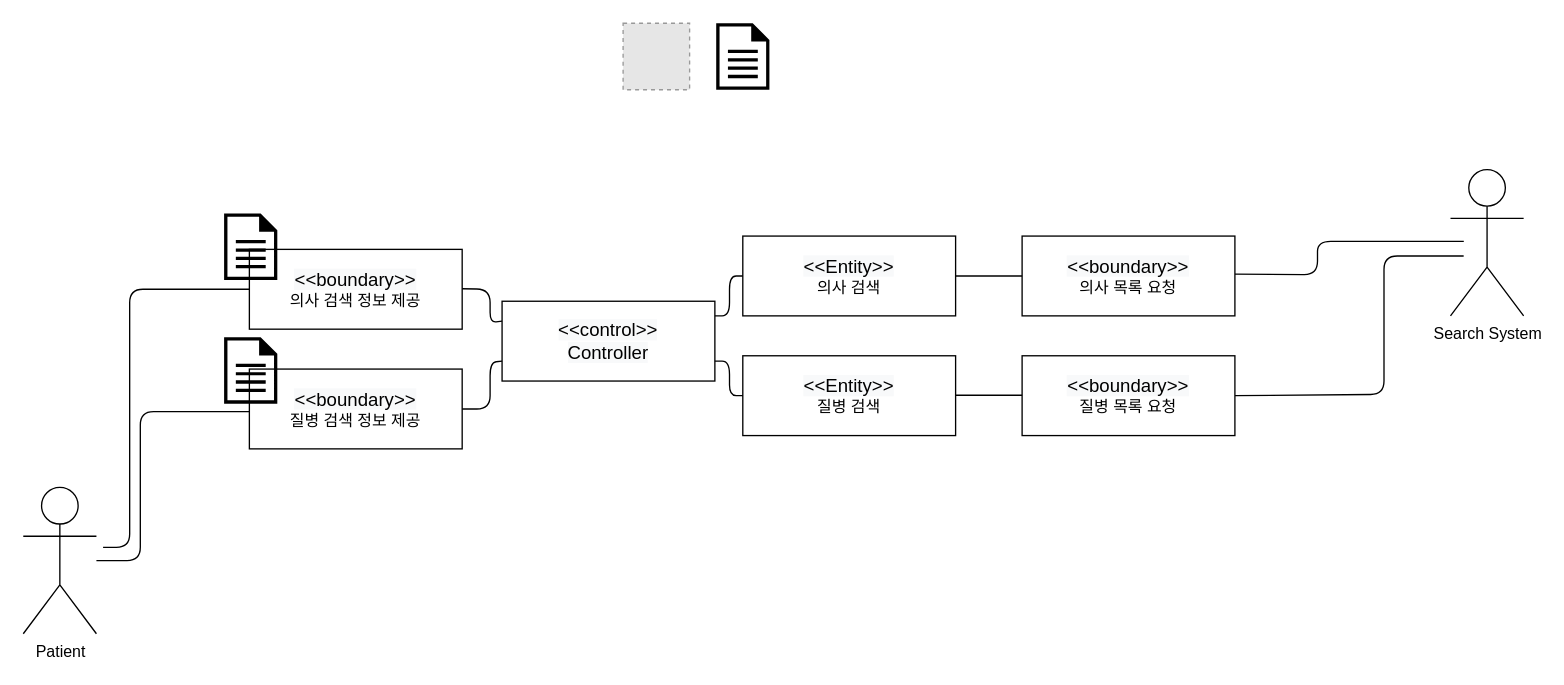
Above: patient/02.domainmodel/domain_model-UC6.drawio in yhb1834/Smart-Health-Prediction-System (draw.io), before the change. Source tidied: cells renumbered, new cells numbered last; positions are measured from the earlier drawing's top-left corner, leaving out a move shared by most shapes. Both pictures are drawn from the tidied source at 133%, with x=0, y=0 at pixel (23, 23). Pictures stored in the file or linked from it are replaced by grey dashed boxes.
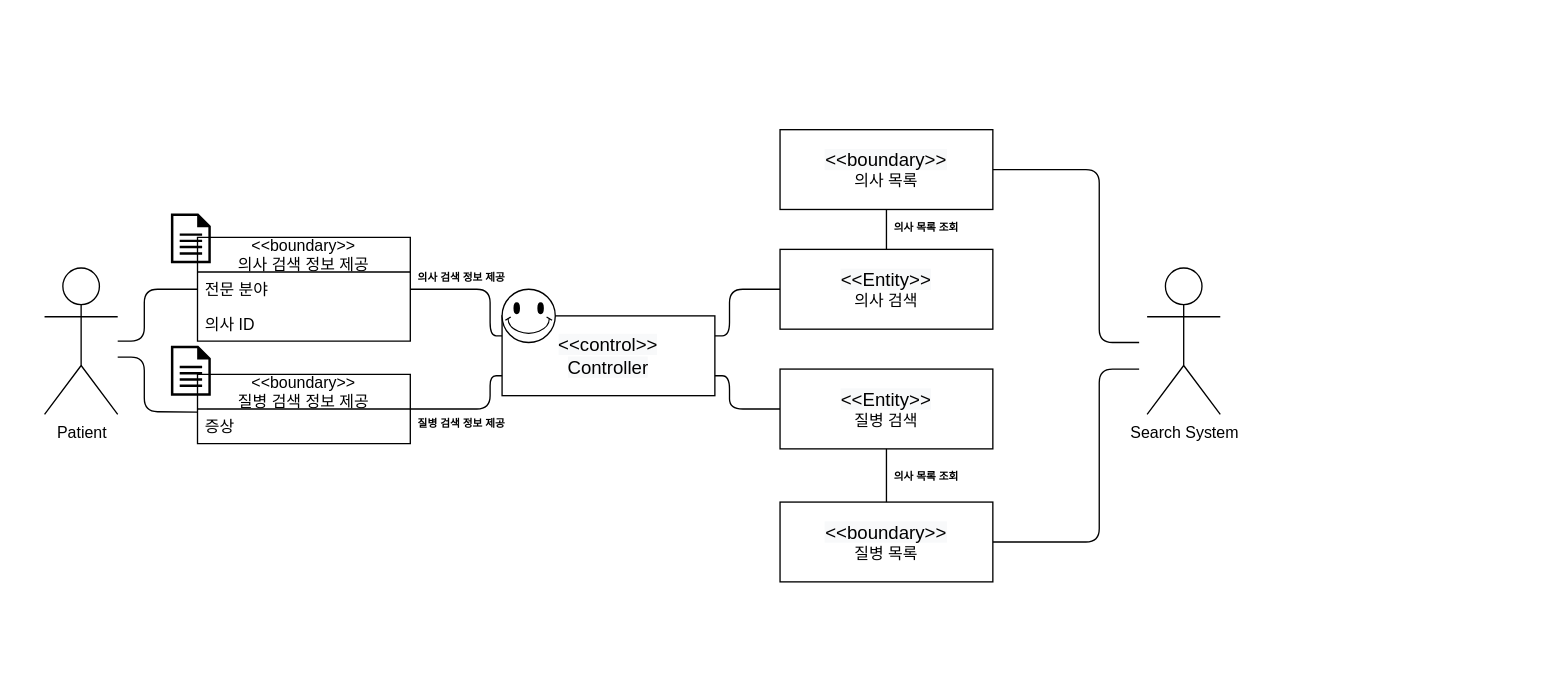
The same diagram, later.

Change to the diagram source:
```diff
@@
     <mxCell id="2" value="Patient" style="shape=umlActor;verticalLabelPosition=bottom;verticalAlign=top;html=1;outlineConnect=0;" parent="1" vertex="1">
-      <mxGeometry y="349" width="55" height="110" as="geometry" />
+      <mxGeometry x="16" y="184" width="55" height="110" as="geometry" />
     </mxCell>
     <mxCell id="3" value="Search System" style="shape=umlActor;verticalLabelPosition=bottom;verticalAlign=top;html=1;" parent="1" vertex="1">
-      <mxGeometry x="1073.1" y="110" width="55" height="110" as="geometry" />
+      <mxGeometry x="845" y="184" width="55" height="110" as="geometry" />
     </mxCell>
-    <mxCell id="4" style="shadow=0;dashed=0;html=1;strokeColor=none;labelPosition=center;verticalLabelPosition=bottom;verticalAlign=top;align=center;fillColor=#000000;shape=mxgraph.mscae.enterprise.document;" parent="1" vertex="1">
-      <mxGeometry x="521" width="40" height="50" as="geometry" />
-    </mxCell>
-    <mxCell id="5" style="endArrow=none;html=1;exitX=0;exitY=0.5;exitDx=0;exitDy=0;" parent="1" edge="1" target="2">
+    <mxCell id="5" style="endArrow=none;html=1;exitX=-0.001;exitY=0.092;exitDx=0;exitDy=0;exitPerimeter=0;" parent="1" edge="1" source="33">
       <mxGeometry relative="1" as="geometry">
-        <mxPoint x="170" y="292" as="sourcePoint" />
+        <mxPoint x="71" y="251" as="targetPoint" />
         <Array as="points">
-          <mxPoint x="88" y="292" />
-          <mxPoint x="88" y="404" />
+          <mxPoint x="91" y="292" />
+          <mxPoint x="91" y="251" />
         </Array>
       </mxGeometry>
     </mxCell>
     <mxCell id="6" style="endArrow=none;html=1;exitX=1;exitY=0.5;exitDx=0;exitDy=0;" parent="1" edge="1" source="13">
       <mxGeometry relative="1" as="geometry">
-        <mxPoint x="1083" y="175" as="targetPoint" />
+        <mxPoint x="839" y="260" as="targetPoint" />
         <Array as="points">
-          <mxPoint x="1023.1" y="279" />
-          <mxPoint x="1023.1" y="175" />
+          <mxPoint x="809" y="390" />
+          <mxPoint x="809" y="260" />
         </Array>
       </mxGeometry>
     </mxCell>
-    <mxCell id="7" style="endArrow=none;html=1;exitX=0.987;exitY=-0.048;exitDx=0;exitDy=0;exitPerimeter=0;" parent="1" edge="1">
+    <mxCell id="7" style="endArrow=none;html=1;exitX=1;exitY=0.5;exitDx=0;exitDy=0;" parent="1" edge="1" source="9">
       <mxGeometry relative="1" as="geometry">
-        <mxPoint x="911" y="188.6" as="sourcePoint" />
-        <mxPoint x="1083.1" y="164" as="targetPoint" />
+        <mxPoint x="839" y="240" as="targetPoint" />
         <Array as="points">
-          <mxPoint x="973.1" y="189" />
-          <mxPoint x="973.1" y="164" />
+          <mxPoint x="809" y="110" />
+          <mxPoint x="809" y="240" />
         </Array>
       </mxGeometry>
     </mxCell>
     <mxCell id="8" value="&#10;&#10;&lt;span style=&quot;color: rgb(0, 0, 0); font-family: helvetica; font-size: 14px; font-style: normal; font-weight: 400; letter-spacing: normal; text-align: center; text-indent: 0px; text-transform: none; word-spacing: 0px; background-color: rgb(248, 249, 250); display: inline; float: none;&quot;&gt;&amp;lt;&amp;lt;control&amp;gt;&amp;gt;&lt;/span&gt;&lt;br style=&quot;padding: 0px; margin: 0px; color: rgb(0, 0, 0); font-family: helvetica; font-size: 14px; font-style: normal; font-weight: 400; letter-spacing: normal; text-align: center; text-indent: 0px; text-transform: none; word-spacing: 0px; background-color: rgb(248, 249, 250);&quot;&gt;&lt;span style=&quot;color: rgb(0, 0, 0); font-family: helvetica; font-size: 14px; font-style: normal; font-weight: 400; letter-spacing: normal; text-align: center; text-indent: 0px; text-transform: none; word-spacing: 0px; background-color: rgb(248, 249, 250); display: inline; float: none;&quot;&gt;Controller&lt;/span&gt;&#10;&#10;" style="rounded=0;whiteSpace=wrap;html=1;" parent="1" vertex="1">
-      <mxGeometry x="360" y="209" width="160" height="60" as="geometry" />
+      <mxGeometry x="360" y="220" width="160" height="60" as="geometry" />
     </mxCell>
-    <mxCell id="9" value="&lt;span style=&quot;color: rgb(0 , 0 , 0) ; font-family: &amp;#34;helvetica&amp;#34; ; font-size: 14px ; font-style: normal ; font-weight: 400 ; letter-spacing: normal ; text-align: center ; text-indent: 0px ; text-transform: none ; word-spacing: 0px ; background-color: rgb(248 , 249 , 250) ; display: inline ; float: none&quot;&gt;&amp;lt;&amp;lt;boundary&amp;gt;&amp;gt;&lt;br&gt;&lt;/span&gt;의사 목록 요청" style="rounded=0;whiteSpace=wrap;html=1;" parent="1" vertex="1">
-      <mxGeometry x="751" y="160" width="160" height="60" as="geometry" />
+    <mxCell id="9" value="&lt;span style=&quot;color: rgb(0 , 0 , 0) ; font-family: &amp;#34;helvetica&amp;#34; ; font-size: 14px ; font-style: normal ; font-weight: 400 ; letter-spacing: normal ; text-align: center ; text-indent: 0px ; text-transform: none ; word-spacing: 0px ; background-color: rgb(248 , 249 , 250) ; display: inline ; float: none&quot;&gt;&amp;lt;&amp;lt;boundary&amp;gt;&amp;gt;&lt;br&gt;&lt;/span&gt;의사 목록" style="rounded=0;whiteSpace=wrap;html=1;" parent="1" vertex="1">
+      <mxGeometry x="569" y="80" width="160" height="60" as="geometry" />
     </mxCell>
     <mxCell id="10" value="&lt;span style=&quot;color: rgb(0 , 0 , 0) ; font-family: &amp;#34;helvetica&amp;#34; ; font-size: 14px ; font-style: normal ; font-weight: 400 ; letter-spacing: normal ; text-align: center ; text-indent: 0px ; text-transform: none ; word-spacing: 0px ; background-color: rgb(248 , 249 , 250) ; display: inline ; float: none&quot;&gt;&amp;lt;&amp;lt;Entity&amp;gt;&amp;gt;&lt;br&gt;&lt;/span&gt;의사 검색" style="rounded=0;whiteSpace=wrap;html=1;" parent="1" vertex="1">
-      <mxGeometry x="541" y="160" width="160" height="60" as="geometry" />
+      <mxGeometry x="569" y="170" width="160" height="60" as="geometry" />
     </mxCell>
     <mxCell id="11" value="&lt;span style=&quot;color: rgb(0 , 0 , 0) ; font-family: &amp;#34;helvetica&amp;#34; ; font-size: 14px ; font-style: normal ; font-weight: 400 ; letter-spacing: normal ; text-align: center ; text-indent: 0px ; text-transform: none ; word-spacing: 0px ; background-color: rgb(248 , 249 , 250) ; display: inline ; float: none&quot;&gt;&amp;lt;&amp;lt;Entity&amp;gt;&amp;gt;&lt;br&gt;&lt;/span&gt;질병 검색" style="rounded=0;whiteSpace=wrap;html=1;" parent="1" vertex="1">
-      <mxGeometry x="541" y="250" width="160" height="60" as="geometry" />
+      <mxGeometry x="569" y="260" width="160" height="60" as="geometry" />
     </mxCell>
     <mxCell id="12" style="endArrow=none;html=1;exitX=0;exitY=0.5;exitDx=0;exitDy=0;" parent="1" edge="1">
       <mxGeometry relative="1" as="geometry">
-        <mxPoint x="170" y="200" as="sourcePoint" />
-        <mxPoint x="60" y="394" as="targetPoint" />
+        <mxPoint x="131" y="200" as="sourcePoint" />
+        <mxPoint x="71" y="239" as="targetPoint" />
         <Array as="points">
-          <mxPoint x="80" y="200" />
-          <mxPoint x="80" y="394" />
+          <mxPoint x="91" y="200" />
+          <mxPoint x="91" y="239" />
         </Array>
       </mxGeometry>
     </mxCell>
-    <mxCell id="13" value="&lt;span style=&quot;color: rgb(0 , 0 , 0) ; font-family: &amp;#34;helvetica&amp;#34; ; font-size: 14px ; font-style: normal ; font-weight: 400 ; letter-spacing: normal ; text-align: center ; text-indent: 0px ; text-transform: none ; word-spacing: 0px ; background-color: rgb(248 , 249 , 250) ; display: inline ; float: none&quot;&gt;&amp;lt;&amp;lt;boundary&amp;gt;&amp;gt;&lt;br&gt;&lt;/span&gt;질병 목록 요청" style="rounded=0;whiteSpace=wrap;html=1;" parent="1" vertex="1">
-      <mxGeometry x="751" y="250" width="160" height="60" as="geometry" />
+    <mxCell id="13" value="&lt;span style=&quot;color: rgb(0 , 0 , 0) ; font-family: &amp;#34;helvetica&amp;#34; ; font-size: 14px ; font-style: normal ; font-weight: 400 ; letter-spacing: normal ; text-align: center ; text-indent: 0px ; text-transform: none ; word-spacing: 0px ; background-color: rgb(248 , 249 , 250) ; display: inline ; float: none&quot;&gt;&amp;lt;&amp;lt;boundary&amp;gt;&amp;gt;&lt;br&gt;&lt;/span&gt;질병 목록" style="rounded=0;whiteSpace=wrap;html=1;" parent="1" vertex="1">
+      <mxGeometry x="569" y="360" width="160" height="60" as="geometry" />
     </mxCell>
-    <mxCell id="14" style="endArrow=none;html=1;exitX=1;exitY=0.5;exitDx=0;exitDy=0;entryX=0;entryY=0.5;entryDx=0;entryDy=0;" parent="1" edge="1" source="10" target="9">
+    <mxCell id="14" style="endArrow=none;html=1;entryX=0.5;entryY=1;entryDx=0;entryDy=0;" parent="1" edge="1" source="10" target="9">
       <mxGeometry relative="1" as="geometry" />
     </mxCell>
-    <mxCell id="15" style="endArrow=none;html=1;exitX=1;exitY=0.5;exitDx=0;exitDy=0;entryX=0;entryY=0.5;entryDx=0;entryDy=0;" parent="1" edge="1">
-      <mxGeometry relative="1" as="geometry">
-        <mxPoint x="701" y="279.7" as="sourcePoint" />
-        <mxPoint x="751" y="279.7" as="targetPoint" />
-      </mxGeometry>
+    <mxCell id="15" style="endArrow=none;html=1;exitX=0.5;exitY=1;exitDx=0;exitDy=0;entryX=0.5;entryY=0;entryDx=0;entryDy=0;" parent="1" edge="1" source="11" target="13">
+      <mxGeometry relative="1" as="geometry" />
     </mxCell>
-    <mxCell id="16" value="&lt;span style=&quot;color: rgb(0 , 0 , 0) ; font-family: &amp;#34;helvetica&amp;#34; ; font-size: 14px ; font-style: normal ; font-weight: 400 ; letter-spacing: normal ; text-align: center ; text-indent: 0px ; text-transform: none ; word-spacing: 0px ; background-color: rgb(248 , 249 , 250) ; display: inline ; float: none&quot;&gt;&amp;lt;&amp;lt;boundary&amp;gt;&amp;gt;&lt;br&gt;&lt;/span&gt;의사 검색 정보 제공" style="rounded=0;whiteSpace=wrap;html=1;" parent="1" vertex="1">
-      <mxGeometry x="170" y="170" width="160" height="60" as="geometry" />
-    </mxCell>
-    <mxCell id="17" value="&lt;span style=&quot;color: rgb(0 , 0 , 0) ; font-family: &amp;#34;helvetica&amp;#34; ; font-size: 14px ; font-style: normal ; font-weight: 400 ; letter-spacing: normal ; text-align: center ; text-indent: 0px ; text-transform: none ; word-spacing: 0px ; background-color: rgb(248 , 249 , 250) ; display: inline ; float: none&quot;&gt;&amp;lt;&amp;lt;boundary&amp;gt;&amp;gt;&lt;br&gt;&lt;/span&gt;질병 검색 정보 제공" style="rounded=0;whiteSpace=wrap;html=1;" parent="1" vertex="1">
-      <mxGeometry x="170" y="260" width="160" height="60" as="geometry" />
-    </mxCell>
-    <mxCell id="18" style="fillColor=#E6E6E6;strokeColor=#999999;dashed=1;html=1;verticalAlign=top;verticalLabelPosition=bottom;labelBackgroundColor=#ffffff;" parent="1" vertex="1">
-      <mxGeometry x="451" width="50" height="50" as="geometry" />
-    </mxCell>
     <mxCell id="19" style="endArrow=none;html=1;exitX=1;exitY=0.5;exitDx=0;exitDy=0;entryX=0;entryY=0.25;entryDx=0;entryDy=0;" parent="1" edge="1" target="8">
       <mxGeometry relative="1" as="geometry">
-        <mxPoint x="330" y="199.6" as="sourcePoint" />
+        <mxPoint x="291" y="200" as="sourcePoint" />
         <Array as="points">
           <mxPoint x="351" y="200" />
-          <mxPoint x="351" y="225" />
+          <mxPoint x="351" y="235" />
         </Array>
       </mxGeometry>
     </mxCell>
-    <mxCell id="20" style="endArrow=none;html=1;exitX=1;exitY=0.5;exitDx=0;exitDy=0;entryX=0;entryY=0.75;entryDx=0;entryDy=0;" parent="1" edge="1" source="17" target="8">
+    <mxCell id="20" style="endArrow=none;html=1;exitX=1;exitY=0.5;exitDx=0;exitDy=0;entryX=0;entryY=0.75;entryDx=0;entryDy=0;" parent="1" edge="1" target="8">
       <mxGeometry relative="1" as="geometry">
+        <mxPoint x="291" y="290" as="sourcePoint" />
         <Array as="points">
           <mxPoint x="351" y="290" />
-          <mxPoint x="351" y="255" />
+          <mxPoint x="351" y="265" />
         </Array>
       </mxGeometry>
     </mxCell>
-    <mxCell id="21" style="endArrow=none;html=1;exitX=1;exitY=0.5;exitDx=0;exitDy=0;entryX=0;entryY=0.5;entryDx=0;entryDy=0;" parent="1" edge="1" target="10">
+    <mxCell id="21" style="endArrow=none;html=1;exitX=1;exitY=0.25;exitDx=0;exitDy=0;entryX=0;entryY=0.5;entryDx=0;entryDy=0;" parent="1" edge="1" source="8" target="10">
       <mxGeometry relative="1" as="geometry">
-        <mxPoint x="520" y="220" as="sourcePoint" />
         <Array as="points">
-          <mxPoint x="531" y="220" />
-          <mxPoint x="531" y="190" />
+          <mxPoint x="531" y="235" />
+          <mxPoint x="531" y="200" />
         </Array>
       </mxGeometry>
     </mxCell>
     <mxCell id="22" style="endArrow=none;html=1;exitX=1;exitY=0.75;exitDx=0;exitDy=0;entryX=0;entryY=0.5;entryDx=0;entryDy=0;" parent="1" edge="1" source="8" target="11">
       <mxGeometry relative="1" as="geometry">
         <Array as="points">
-          <mxPoint x="531" y="254" />
-          <mxPoint x="531" y="280" />
+          <mxPoint x="531" y="265" />
+          <mxPoint x="531" y="290" />
         </Array>
       </mxGeometry>
     </mxCell>
     <mxCell id="23" style="shadow=0;dashed=0;html=1;strokeColor=none;labelPosition=center;verticalLabelPosition=bottom;verticalAlign=top;align=center;fillColor=#000000;shape=mxgraph.mscae.enterprise.document;" parent="1" vertex="1">
-      <mxGeometry x="151" y="143" width="40" height="50" as="geometry" />
+      <mxGeometry x="111" y="143" width="30" height="37.5" as="geometry" />
     </mxCell>
-    <mxCell id="24" style="shadow=0;dashed=0;html=1;strokeColor=none;labelPosition=center;verticalLabelPosition=bottom;verticalAlign=top;align=center;fillColor=#000000;shape=mxgraph.mscae.enterprise.document;" parent="1" vertex="1">
-      <mxGeometry x="151" y="236" width="40" height="50" as="geometry" />
-    </mxCell>
+    <mxCell id="25" style="verticalLabelPosition=bottom;verticalAlign=top;html=1;shape=mxgraph.basic.smiley;" parent="1" vertex="1">
+      <mxGeometry x="360" y="200" width="40" height="40" as="geometry" />
+    </mxCell>
+    <mxCell id="26" value="&lt;&lt;boundary&gt;&gt;&#10;의사 검색 정보 제공" style="swimlane;fontStyle=0;horizontal=1;startSize=26;fillColor=none;" parent="1" vertex="1">
+      <mxGeometry x="131" y="161" width="160" height="78" as="geometry" />
+    </mxCell>
+    <mxCell id="27" value="전문 분야" style="text;strokeColor=none;fillColor=none;align=left;verticalAlign=top;spacingLeft=4;spacingRight=4;overflow=hidden;" parent="26" vertex="1">
+      <mxGeometry y="26" width="160" height="26" as="geometry" />
+    </mxCell>
+    <mxCell id="28" value="의사 ID" style="text;strokeColor=none;fillColor=none;align=left;verticalAlign=top;spacingLeft=4;spacingRight=4;overflow=hidden;" parent="26" vertex="1">
+      <mxGeometry y="52" width="160" height="26" as="geometry" />
+    </mxCell>
+    <mxCell id="29" value="의사 검색 정보 제공" style="text;strokeColor=none;fillColor=none;align=left;verticalAlign=top;spacingLeft=4;spacingRight=4;overflow=hidden;fontSize=8;fontStyle=1;" parent="1" vertex="1">
+      <mxGeometry x="291" y="180" width="80" height="20" as="geometry" />
+    </mxCell>
+    <mxCell id="30" value="질병 검색 정보 제공" style="text;strokeColor=none;fillColor=none;align=left;verticalAlign=top;spacingLeft=4;spacingRight=4;overflow=hidden;fontSize=8;fontStyle=1;" parent="1" vertex="1">
+      <mxGeometry x="291" y="290" width="80" height="20" as="geometry" />
+    </mxCell>
+    <mxCell id="31" style="shadow=0;dashed=0;html=1;strokeColor=none;labelPosition=center;verticalLabelPosition=bottom;verticalAlign=top;align=center;fillColor=#000000;shape=mxgraph.mscae.enterprise.document;" parent="1" vertex="1">
+      <mxGeometry x="111" y="242.5" width="30" height="37.5" as="geometry" />
+    </mxCell>
+    <mxCell id="32" value="&lt;&lt;boundary&gt;&gt;&#10;질병 검색 정보 제공" style="swimlane;fontStyle=0;horizontal=1;startSize=26;fillColor=none;" parent="1" vertex="1">
+      <mxGeometry x="131" y="264" width="160" height="52" as="geometry" />
+    </mxCell>
+    <mxCell id="33" value="증상" style="text;strokeColor=none;fillColor=none;align=left;verticalAlign=top;spacingLeft=4;spacingRight=4;overflow=hidden;points=[[0,0.5],[1,0.5]];portConstraint=eastwest;" parent="32" vertex="1">
+      <mxGeometry y="26" width="160" height="26" as="geometry" />
+    </mxCell>
+    <mxCell id="34" value="의사 목록 조회" style="text;strokeColor=none;fillColor=none;align=left;verticalAlign=top;spacingLeft=4;spacingRight=4;overflow=hidden;fontSize=8;fontStyle=1;" parent="1" vertex="1">
+      <mxGeometry x="649" y="143" width="80" height="20" as="geometry" />
+    </mxCell>
+    <mxCell id="35" value="의사 목록 조회" style="text;strokeColor=none;fillColor=none;align=left;verticalAlign=top;spacingLeft=4;spacingRight=4;overflow=hidden;fontSize=8;fontStyle=1;" parent="1" vertex="1">
+      <mxGeometry x="649" y="330" width="80" height="20" as="geometry" />
+    </mxCell>
```
